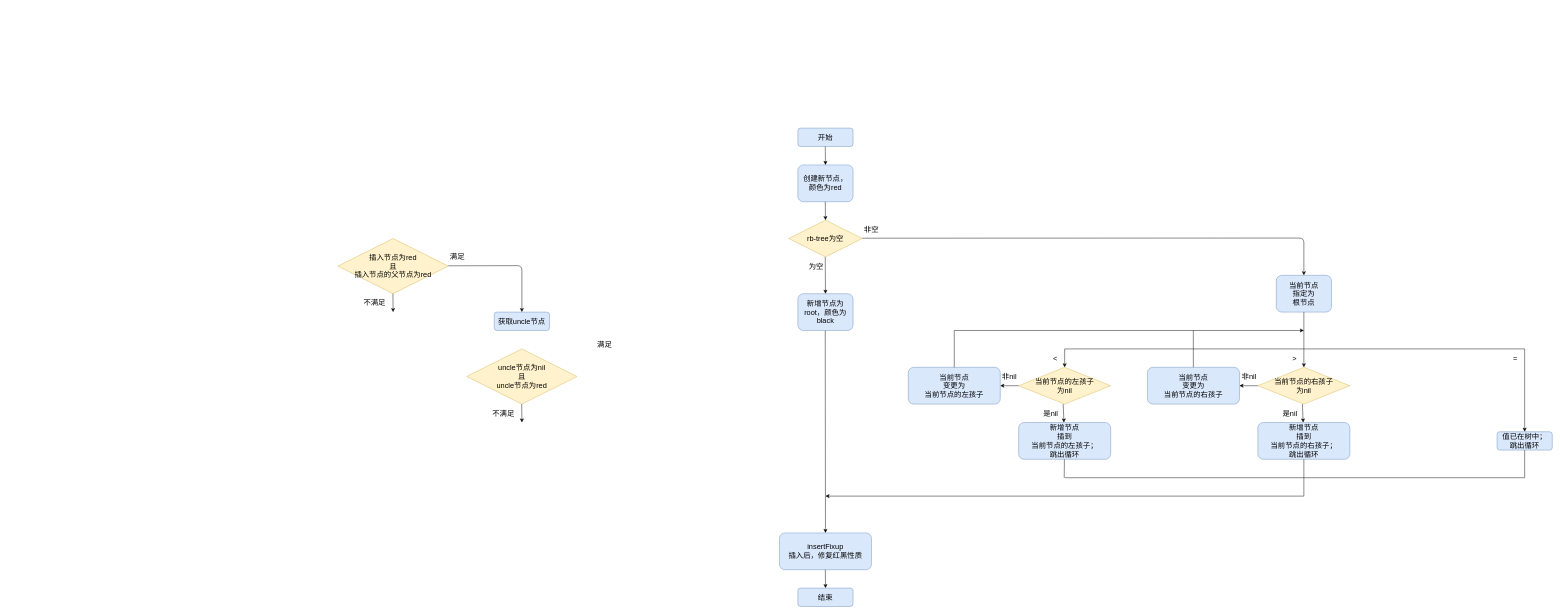
Earlier version of the draw.io diagram pics/data-structure/tree/r-b-tree/红黑树插入操作流程图.drawio (niegl4/docs). Source tidied: cells renumbered, new cells numbered last; positions are measured from the earlier drawing's top-left corner, leaving out a move shared by most shapes. Both pictures are drawn from the tidied source at 46%, with x=0, y=0 at pixel (338, 128).
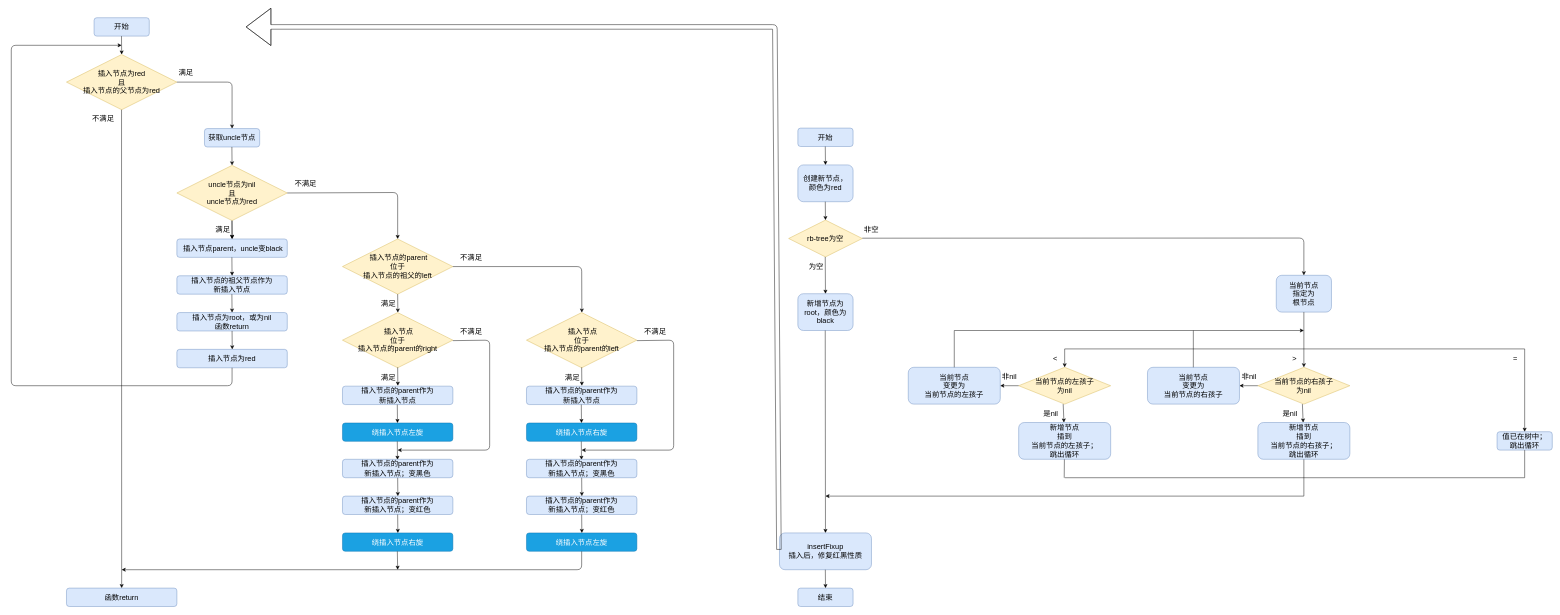
The same diagram, later.

Commit message (it also covers changes not shown here):
dev: rbtree add pics

The change refers to these unchanged cells:
```xml
<mxCell id="40" value="&lt;font style=&quot;font-size: 16px&quot;&gt;insertFixup&lt;br&gt;插入后，修复红黑性质&lt;br&gt;&lt;/font&gt;" style="rounded=1;whiteSpace=wrap;html=1;fillColor=#dae8fc;strokeColor=#6c8ebf;" parent="1" vertex="1">
  <mxGeometry x="960" y="880" width="200" height="80" as="geometry" />
</mxCell>
```

Change to the diagram source:
```diff
@@
     <mxCell id="48" value="&lt;font style=&quot;font-size: 16px&quot;&gt;插入节点为red&lt;br&gt;且&lt;br&gt;插入节点的父节点为red&lt;br&gt;&lt;/font&gt;" style="rhombus;whiteSpace=wrap;html=1;fillColor=#fff2cc;strokeColor=#d6b656;" parent="1" vertex="1">
-      <mxGeometry y="240" width="240" height="120" as="geometry" />
+      <mxGeometry x="-590" y="-160" width="240" height="120" as="geometry" />
     </mxCell>
     <mxCell id="49" value="&lt;font style=&quot;font-size: 16px&quot;&gt;不满足&lt;/font&gt;" style="text;html=1;strokeColor=none;fillColor=none;align=center;verticalAlign=middle;whiteSpace=wrap;rounded=0;" parent="1" vertex="1">
-      <mxGeometry x="40" y="360" width="80" height="40" as="geometry" />
+      <mxGeometry x="-550" y="-40" width="80" height="40" as="geometry" />
     </mxCell>
     <mxCell id="50" value="&lt;font style=&quot;font-size: 16px&quot;&gt;满足&lt;br&gt;&lt;/font&gt;" style="text;html=1;strokeColor=none;fillColor=none;align=center;verticalAlign=middle;whiteSpace=wrap;rounded=0;" parent="1" vertex="1">
-      <mxGeometry x="240" y="260" width="40" height="40" as="geometry" />
+      <mxGeometry x="-350" y="-140" width="40" height="40" as="geometry" />
     </mxCell>
     <mxCell id="51" style="endArrow=classic;html=1;" parent="1" edge="1">
       <mxGeometry relative="1" as="geometry">
-        <mxPoint x="119.7" y="360" as="sourcePoint" />
-        <mxPoint x="120.1" y="400" as="targetPoint" />
+        <mxPoint x="-470.3" y="-40" as="sourcePoint" />
+        <mxPoint x="-470" y="1000" as="targetPoint" />
       </mxGeometry>
     </mxCell>
+    <mxCell id="58" style="edgeStyle=orthogonalEdgeStyle;rounded=0;jettySize=auto;html=1;" parent="1" edge="1" source="52" target="61">
+      <mxGeometry relative="1" as="geometry" />
+    </mxCell>
     <mxCell id="52" value="&lt;font style=&quot;font-size: 16px&quot;&gt;uncle节点为nil&lt;br&gt;且&lt;br&gt;uncle节点为red&lt;br&gt;&lt;/font&gt;" style="rhombus;whiteSpace=wrap;html=1;fillColor=#fff2cc;strokeColor=#d6b656;" parent="1" vertex="1">
-      <mxGeometry x="280" y="480" width="240" height="120" as="geometry" />
+      <mxGeometry x="-350" y="81" width="240" height="120" as="geometry" />
     </mxCell>
-    <mxCell id="53" value="&lt;font style=&quot;font-size: 16px&quot;&gt;不满足&lt;/font&gt;" style="text;html=1;strokeColor=none;fillColor=none;align=center;verticalAlign=middle;whiteSpace=wrap;rounded=0;" parent="1" vertex="1">
-      <mxGeometry x="320" y="600" width="80" height="40" as="geometry" />
+    <mxCell id="53" value="&lt;span style=&quot;font-size: 16px&quot;&gt;满足&lt;/span&gt;" style="text;html=1;strokeColor=none;fillColor=none;align=center;verticalAlign=middle;whiteSpace=wrap;rounded=0;" parent="1" vertex="1">
+      <mxGeometry x="-270" y="201" width="40" height="40" as="geometry" />
     </mxCell>
-    <mxCell id="54" value="&lt;font style=&quot;font-size: 16px&quot;&gt;满足&lt;br&gt;&lt;/font&gt;" style="text;html=1;strokeColor=none;fillColor=none;align=center;verticalAlign=middle;whiteSpace=wrap;rounded=0;" parent="1" vertex="1">
-      <mxGeometry x="560" y="450" width="40" height="40" as="geometry" />
+    <mxCell id="54" value="&lt;font style=&quot;font-size: 16px&quot;&gt;不满足&lt;br&gt;&lt;/font&gt;" style="text;html=1;strokeColor=none;fillColor=none;align=center;verticalAlign=middle;whiteSpace=wrap;rounded=0;" parent="1" vertex="1">
+      <mxGeometry x="-110" y="101" width="80" height="40" as="geometry" />
     </mxCell>
     <mxCell id="55" style="endArrow=classic;html=1;" parent="1" edge="1">
       <mxGeometry relative="1" as="geometry">
-        <mxPoint x="399.7" y="600" as="sourcePoint" />
-        <mxPoint x="400.1" y="640" as="targetPoint" />
+        <mxPoint x="-230.3" y="201" as="sourcePoint" />
+        <mxPoint x="-229.9" y="241" as="targetPoint" />
       </mxGeometry>
     </mxCell>
     <mxCell id="56" style="endArrow=classic;html=1;" parent="1" edge="1">
       <mxGeometry relative="1" as="geometry">
-        <mxPoint x="240" y="299.3" as="sourcePoint" />
-        <mxPoint x="400" y="400" as="targetPoint" />
+        <mxPoint x="-350" y="-100" as="sourcePoint" />
+        <mxPoint x="-230" y="1" as="targetPoint" />
         <Array as="points">
-          <mxPoint x="400" y="299" />
+          <mxPoint x="-230" y="-100" />
         </Array>
       </mxGeometry>
     </mxCell>
     <mxCell id="57" value="&lt;font style=&quot;font-size: 16px&quot;&gt;获取uncle节点&lt;/font&gt;" style="rounded=1;whiteSpace=wrap;html=1;fillColor=#dae8fc;strokeColor=#6c8ebf;" parent="1" vertex="1">
-      <mxGeometry x="340" y="400" width="120" height="40" as="geometry" />
+      <mxGeometry x="-290" y="1" width="120" height="40" as="geometry" />
     </mxCell>
+    <mxCell id="59" style="endArrow=classic;html=1;" parent="1" edge="1">
+      <mxGeometry relative="1" as="geometry">
+        <mxPoint x="-230.4" y="41" as="sourcePoint" />
+        <mxPoint x="-230" y="81" as="targetPoint" />
+      </mxGeometry>
+    </mxCell>
+    <mxCell id="60" style="endArrow=classic;html=1;exitX=0;exitY=1;exitDx=0;exitDy=0;" parent="1" edge="1" source="54">
+      <mxGeometry relative="1" as="geometry">
+        <mxPoint x="130" y="241" as="targetPoint" />
+        <Array as="points">
+          <mxPoint x="130" y="140" />
+        </Array>
+      </mxGeometry>
+    </mxCell>
+    <mxCell id="61" value="&lt;span style=&quot;font-size: 16px&quot;&gt;&amp;nbsp;插入节点parent，uncle变black&lt;/span&gt;" style="rounded=1;whiteSpace=wrap;html=1;fillColor=#dae8fc;strokeColor=#6c8ebf;" parent="1" vertex="1">
+      <mxGeometry x="-350" y="241" width="240" height="40" as="geometry" />
+    </mxCell>
+    <mxCell id="62" value="&lt;span style=&quot;font-size: 16px&quot;&gt;插入节点的祖父节点作为&lt;br&gt;新插入节点&lt;/span&gt;" style="rounded=1;whiteSpace=wrap;html=1;fillColor=#dae8fc;strokeColor=#6c8ebf;" parent="1" vertex="1">
+      <mxGeometry x="-350" y="321" width="240" height="40" as="geometry" />
+    </mxCell>
+    <mxCell id="63" value="&lt;font style=&quot;font-size: 16px&quot;&gt;插入节点为root，或为nil&lt;br&gt;函数return&lt;/font&gt;" style="rounded=1;whiteSpace=wrap;html=1;fillColor=#dae8fc;strokeColor=#6c8ebf;" parent="1" vertex="1">
+      <mxGeometry x="-350" y="401" width="240" height="40" as="geometry" />
+    </mxCell>
+    <mxCell id="64" value="&lt;font style=&quot;font-size: 16px&quot;&gt;插入节点为red&lt;/font&gt;" style="rounded=1;whiteSpace=wrap;html=1;fillColor=#dae8fc;strokeColor=#6c8ebf;" parent="1" vertex="1">
+      <mxGeometry x="-350" y="481" width="240" height="40" as="geometry" />
+    </mxCell>
+    <mxCell id="65" value="&lt;font style=&quot;font-size: 16px&quot;&gt;&amp;nbsp;插入节点的parent&lt;br&gt;位于&lt;br&gt;插入节点的祖父的left&lt;br&gt;&lt;/font&gt;" style="rhombus;whiteSpace=wrap;html=1;fillColor=#fff2cc;strokeColor=#d6b656;" parent="1" vertex="1">
+      <mxGeometry x="10" y="241" width="240" height="120" as="geometry" />
+    </mxCell>
+    <mxCell id="66" value="&lt;span style=&quot;font-size: 16px&quot;&gt;满足&lt;/span&gt;" style="text;html=1;strokeColor=none;fillColor=none;align=center;verticalAlign=middle;whiteSpace=wrap;rounded=0;" parent="1" vertex="1">
+      <mxGeometry x="90" y="361" width="40" height="40" as="geometry" />
+    </mxCell>
+    <mxCell id="67" value="&lt;font style=&quot;font-size: 16px&quot;&gt;不满足&lt;br&gt;&lt;/font&gt;" style="text;html=1;strokeColor=none;fillColor=none;align=center;verticalAlign=middle;whiteSpace=wrap;rounded=0;" parent="1" vertex="1">
+      <mxGeometry x="250" y="261" width="80" height="40" as="geometry" />
+    </mxCell>
+    <mxCell id="68" value="&lt;font style=&quot;font-size: 16px&quot;&gt;&amp;nbsp;插入节点&lt;br&gt;位于&lt;br&gt;插入节点的parent的right&lt;br&gt;&lt;/font&gt;" style="rhombus;whiteSpace=wrap;html=1;fillColor=#fff2cc;strokeColor=#d6b656;" parent="1" vertex="1">
+      <mxGeometry x="10" y="401" width="240" height="120" as="geometry" />
+    </mxCell>
+    <mxCell id="69" value="&lt;span style=&quot;font-size: 16px&quot;&gt;满足&lt;/span&gt;" style="text;html=1;strokeColor=none;fillColor=none;align=center;verticalAlign=middle;whiteSpace=wrap;rounded=0;" parent="1" vertex="1">
+      <mxGeometry x="90" y="521" width="40" height="40" as="geometry" />
+    </mxCell>
+    <mxCell id="70" value="&lt;font style=&quot;font-size: 16px&quot;&gt;不满足&lt;br&gt;&lt;/font&gt;" style="text;html=1;strokeColor=none;fillColor=none;align=center;verticalAlign=middle;whiteSpace=wrap;rounded=0;" parent="1" vertex="1">
+      <mxGeometry x="250" y="421" width="80" height="40" as="geometry" />
+    </mxCell>
+    <mxCell id="71" value="&lt;span style=&quot;font-size: 16px&quot;&gt;插入节点的parent作为&lt;/span&gt;&lt;br style=&quot;font-size: 16px&quot;&gt;&lt;span style=&quot;font-size: 16px&quot;&gt;新插入节点&lt;/span&gt;" style="rounded=1;whiteSpace=wrap;html=1;fillColor=#dae8fc;strokeColor=#6c8ebf;" parent="1" vertex="1">
+      <mxGeometry x="10" y="561" width="240" height="40" as="geometry" />
+    </mxCell>
+    <mxCell id="72" value="&lt;span style=&quot;font-size: 16px&quot;&gt;绕插入节点左旋&lt;/span&gt;" style="rounded=1;whiteSpace=wrap;html=1;fillColor=#1ba1e2;strokeColor=#006EAF;fontColor=#ffffff;" parent="1" vertex="1">
+      <mxGeometry x="10" y="641" width="240" height="40" as="geometry" />
+    </mxCell>
+    <mxCell id="73" style="endArrow=classic;html=1;" parent="1" edge="1">
+      <mxGeometry relative="1" as="geometry">
+        <mxPoint x="130" y="361" as="sourcePoint" />
+        <mxPoint x="130.4" y="401" as="targetPoint" />
+      </mxGeometry>
+    </mxCell>
+    <mxCell id="74" style="endArrow=classic;html=1;" parent="1" edge="1">
+      <mxGeometry relative="1" as="geometry">
+        <mxPoint x="130" y="520" as="sourcePoint" />
+        <mxPoint x="130.4" y="560" as="targetPoint" />
+      </mxGeometry>
+    </mxCell>
+    <mxCell id="75" style="endArrow=classic;html=1;" parent="1" edge="1">
+      <mxGeometry relative="1" as="geometry">
+        <mxPoint x="129.2" y="601" as="sourcePoint" />
+        <mxPoint x="129.6" y="641" as="targetPoint" />
+      </mxGeometry>
+    </mxCell>
+    <mxCell id="76" style="endArrow=classic;html=1;" parent="1" edge="1">
+      <mxGeometry relative="1" as="geometry">
+        <mxPoint x="129.2" y="681" as="sourcePoint" />
+        <mxPoint x="129.6" y="721" as="targetPoint" />
+      </mxGeometry>
+    </mxCell>
+    <mxCell id="77" value="&lt;span style=&quot;font-size: 16px&quot;&gt;插入节点的parent作为&lt;/span&gt;&lt;br style=&quot;font-size: 16px&quot;&gt;&lt;span style=&quot;font-size: 16px&quot;&gt;新插入节点；变黑色&lt;/span&gt;" style="rounded=1;whiteSpace=wrap;html=1;fillColor=#dae8fc;strokeColor=#6c8ebf;" parent="1" vertex="1">
+      <mxGeometry x="10" y="720" width="240" height="40" as="geometry" />
+    </mxCell>
+    <mxCell id="78" value="&lt;span style=&quot;font-size: 16px&quot;&gt;插入节点的parent作为&lt;/span&gt;&lt;br style=&quot;font-size: 16px&quot;&gt;&lt;span style=&quot;font-size: 16px&quot;&gt;新插入节点；变红色&lt;/span&gt;" style="rounded=1;whiteSpace=wrap;html=1;fillColor=#dae8fc;strokeColor=#6c8ebf;" parent="1" vertex="1">
+      <mxGeometry x="10" y="800" width="240" height="40" as="geometry" />
+    </mxCell>
+    <mxCell id="79" value="&lt;span style=&quot;font-size: 16px&quot;&gt;绕插入节点右旋&lt;/span&gt;" style="rounded=1;whiteSpace=wrap;html=1;fillColor=#1ba1e2;strokeColor=#006EAF;fontColor=#ffffff;" parent="1" vertex="1">
+      <mxGeometry x="10" y="880" width="240" height="40" as="geometry" />
+    </mxCell>
+    <mxCell id="80" style="endArrow=classic;html=1;exitX=0;exitY=1;exitDx=0;exitDy=0;" parent="1" edge="1">
+      <mxGeometry relative="1" as="geometry">
+        <mxPoint x="250" y="462" as="sourcePoint" />
+        <mxPoint x="130" y="700" as="targetPoint" />
+        <Array as="points">
+          <mxPoint x="330" y="461" />
+          <mxPoint x="330" y="700" />
+        </Array>
+      </mxGeometry>
+    </mxCell>
+    <mxCell id="81" style="endArrow=classic;html=1;" parent="1" edge="1">
+      <mxGeometry relative="1" as="geometry">
+        <mxPoint x="130" y="760" as="sourcePoint" />
+        <mxPoint x="130.4" y="800" as="targetPoint" />
+      </mxGeometry>
+    </mxCell>
+    <mxCell id="82" style="endArrow=classic;html=1;" parent="1" edge="1">
+      <mxGeometry relative="1" as="geometry">
+        <mxPoint x="130" y="840" as="sourcePoint" />
+        <mxPoint x="130.4" y="880" as="targetPoint" />
+      </mxGeometry>
+    </mxCell>
+    <mxCell id="83" style="endArrow=classic;html=1;" parent="1" edge="1">
+      <mxGeometry relative="1" as="geometry">
+        <mxPoint x="129.3" y="920" as="sourcePoint" />
+        <mxPoint x="130" y="960" as="targetPoint" />
+      </mxGeometry>
+    </mxCell>
+    <mxCell id="84" value="&lt;font style=&quot;font-size: 16px&quot;&gt;&amp;nbsp;插入节点&lt;br&gt;位于&lt;br&gt;插入节点的parent的left&lt;br&gt;&lt;/font&gt;" style="rhombus;whiteSpace=wrap;html=1;fillColor=#fff2cc;strokeColor=#d6b656;" parent="1" vertex="1">
+      <mxGeometry x="410" y="401" width="240" height="120" as="geometry" />
+    </mxCell>
+    <mxCell id="85" value="&lt;span style=&quot;font-size: 16px&quot;&gt;满足&lt;/span&gt;" style="text;html=1;strokeColor=none;fillColor=none;align=center;verticalAlign=middle;whiteSpace=wrap;rounded=0;" parent="1" vertex="1">
+      <mxGeometry x="490" y="521" width="40" height="40" as="geometry" />
+    </mxCell>
+    <mxCell id="86" value="&lt;font style=&quot;font-size: 16px&quot;&gt;不满足&lt;br&gt;&lt;/font&gt;" style="text;html=1;strokeColor=none;fillColor=none;align=center;verticalAlign=middle;whiteSpace=wrap;rounded=0;" parent="1" vertex="1">
+      <mxGeometry x="650" y="421" width="80" height="40" as="geometry" />
+    </mxCell>
+    <mxCell id="87" value="&lt;span style=&quot;font-size: 16px&quot;&gt;插入节点的parent作为&lt;/span&gt;&lt;br style=&quot;font-size: 16px&quot;&gt;&lt;span style=&quot;font-size: 16px&quot;&gt;新插入节点&lt;/span&gt;" style="rounded=1;whiteSpace=wrap;html=1;fillColor=#dae8fc;strokeColor=#6c8ebf;" parent="1" vertex="1">
+      <mxGeometry x="410" y="561" width="240" height="40" as="geometry" />
+    </mxCell>
+    <mxCell id="88" value="&lt;span style=&quot;font-size: 16px&quot;&gt;绕插入节点右旋&lt;/span&gt;" style="rounded=1;whiteSpace=wrap;html=1;fillColor=#1ba1e2;strokeColor=#006EAF;fontColor=#ffffff;" parent="1" vertex="1">
+      <mxGeometry x="410" y="641" width="240" height="40" as="geometry" />
+    </mxCell>
+    <mxCell id="89" style="endArrow=classic;html=1;exitX=1;exitY=0.5;exitDx=0;exitDy=0;" parent="1" edge="1" source="65">
+      <mxGeometry relative="1" as="geometry">
+        <mxPoint x="530.4" y="401" as="targetPoint" />
+        <Array as="points">
+          <mxPoint x="530" y="301" />
+        </Array>
+      </mxGeometry>
+    </mxCell>
+    <mxCell id="90" style="endArrow=classic;html=1;" parent="1" edge="1">
+      <mxGeometry relative="1" as="geometry">
+        <mxPoint x="530" y="520" as="sourcePoint" />
+        <mxPoint x="530.4" y="560" as="targetPoint" />
+      </mxGeometry>
+    </mxCell>
+    <mxCell id="91" style="endArrow=classic;html=1;" parent="1" edge="1">
+      <mxGeometry relative="1" as="geometry">
+        <mxPoint x="529.2" y="601" as="sourcePoint" />
+        <mxPoint x="529.6" y="641" as="targetPoint" />
+      </mxGeometry>
+    </mxCell>
+    <mxCell id="92" style="endArrow=classic;html=1;" parent="1" edge="1">
+      <mxGeometry relative="1" as="geometry">
+        <mxPoint x="529.2" y="681" as="sourcePoint" />
+        <mxPoint x="529.6" y="721" as="targetPoint" />
+      </mxGeometry>
+    </mxCell>
+    <mxCell id="93" value="&lt;span style=&quot;font-size: 16px&quot;&gt;插入节点的parent作为&lt;/span&gt;&lt;br style=&quot;font-size: 16px&quot;&gt;&lt;span style=&quot;font-size: 16px&quot;&gt;新插入节点；变黑色&lt;/span&gt;" style="rounded=1;whiteSpace=wrap;html=1;fillColor=#dae8fc;strokeColor=#6c8ebf;" parent="1" vertex="1">
+      <mxGeometry x="410" y="720" width="240" height="40" as="geometry" />
+    </mxCell>
+    <mxCell id="94" value="&lt;span style=&quot;font-size: 16px&quot;&gt;插入节点的parent作为&lt;/span&gt;&lt;br style=&quot;font-size: 16px&quot;&gt;&lt;span style=&quot;font-size: 16px&quot;&gt;新插入节点；变红色&lt;/span&gt;" style="rounded=1;whiteSpace=wrap;html=1;fillColor=#dae8fc;strokeColor=#6c8ebf;" parent="1" vertex="1">
+      <mxGeometry x="410" y="800" width="240" height="40" as="geometry" />
+    </mxCell>
+    <mxCell id="95" value="&lt;span style=&quot;font-size: 16px&quot;&gt;绕插入节点左旋&lt;/span&gt;" style="rounded=1;whiteSpace=wrap;html=1;fillColor=#1ba1e2;strokeColor=#006EAF;fontColor=#ffffff;" parent="1" vertex="1">
+      <mxGeometry x="410" y="880" width="240" height="40" as="geometry" />
+    </mxCell>
+    <mxCell id="96" style="endArrow=classic;html=1;exitX=0;exitY=1;exitDx=0;exitDy=0;" parent="1" edge="1">
+      <mxGeometry relative="1" as="geometry">
+        <mxPoint x="650" y="462" as="sourcePoint" />
+        <mxPoint x="530" y="700" as="targetPoint" />
+        <Array as="points">
+          <mxPoint x="730" y="461" />
+          <mxPoint x="730" y="700" />
+        </Array>
+      </mxGeometry>
+    </mxCell>
+    <mxCell id="97" style="endArrow=classic;html=1;" parent="1" edge="1">
+      <mxGeometry relative="1" as="geometry">
+        <mxPoint x="530" y="760" as="sourcePoint" />
+        <mxPoint x="530.4" y="800" as="targetPoint" />
+      </mxGeometry>
+    </mxCell>
+    <mxCell id="98" style="endArrow=classic;html=1;" parent="1" edge="1">
+      <mxGeometry relative="1" as="geometry">
+        <mxPoint x="530" y="840" as="sourcePoint" />
+        <mxPoint x="530.4" y="880" as="targetPoint" />
+      </mxGeometry>
+    </mxCell>
+    <mxCell id="99" style="endArrow=classic;html=1;exitX=0.5;exitY=1;exitDx=0;exitDy=0;" parent="1" edge="1" source="95">
+      <mxGeometry relative="1" as="geometry">
+        <mxPoint x="-470" y="960" as="targetPoint" />
+        <Array as="points">
+          <mxPoint x="530" y="960" />
+        </Array>
+      </mxGeometry>
+    </mxCell>
+    <mxCell id="100" value="&lt;font style=&quot;font-size: 16px&quot;&gt;函数return&lt;/font&gt;" style="rounded=1;whiteSpace=wrap;html=1;fillColor=#dae8fc;strokeColor=#6c8ebf;" parent="1" vertex="1">
+      <mxGeometry x="-590" y="1000" width="240" height="40" as="geometry" />
+    </mxCell>
+    <mxCell id="101" style="endArrow=classic;html=1;" parent="1" edge="1">
+      <mxGeometry relative="1" as="geometry">
+        <mxPoint x="-230.4" y="281" as="sourcePoint" />
+        <mxPoint x="-230" y="321" as="targetPoint" />
+      </mxGeometry>
+    </mxCell>
+    <mxCell id="102" style="endArrow=classic;html=1;" parent="1" edge="1">
+      <mxGeometry relative="1" as="geometry">
+        <mxPoint x="-230.4" y="361" as="sourcePoint" />
+        <mxPoint x="-230" y="401" as="targetPoint" />
+      </mxGeometry>
+    </mxCell>
+    <mxCell id="103" style="endArrow=classic;html=1;" parent="1" edge="1">
+      <mxGeometry relative="1" as="geometry">
+        <mxPoint x="-230" y="441" as="sourcePoint" />
+        <mxPoint x="-229.6" y="481" as="targetPoint" />
+      </mxGeometry>
+    </mxCell>
+    <mxCell id="104" style="endArrow=classic;html=1;exitX=0.5;exitY=1;exitDx=0;exitDy=0;" parent="1" edge="1" source="64">
+      <mxGeometry relative="1" as="geometry">
+        <mxPoint x="-470" y="-180" as="targetPoint" />
+        <Array as="points">
+          <mxPoint x="-230" y="560" />
+          <mxPoint x="-710" y="560" />
+          <mxPoint x="-710" y="-180" />
+        </Array>
+      </mxGeometry>
+    </mxCell>
+    <mxCell id="105" value="&lt;font style=&quot;font-size: 16px&quot;&gt;开始&lt;/font&gt;" style="rounded=1;whiteSpace=wrap;html=1;fillColor=#dae8fc;strokeColor=#6c8ebf;" parent="1" vertex="1">
+      <mxGeometry x="-530" y="-240" width="120" height="40" as="geometry" />
+    </mxCell>
+    <mxCell id="106" style="endArrow=classic;html=1;" parent="1" edge="1">
+      <mxGeometry relative="1" as="geometry">
+        <mxPoint x="-470.4" y="-200" as="sourcePoint" />
+        <mxPoint x="-470" y="-160" as="targetPoint" />
+      </mxGeometry>
+    </mxCell>
+    <mxCell id="107" style="shape=flexArrow;endArrow=classic;html=1;exitX=-0.006;exitY=0.455;exitDx=0;exitDy=0;exitPerimeter=0;endWidth=70;endSize=17.65;" parent="1" edge="1" source="40">
+      <mxGeometry relative="1" as="geometry">
+        <mxPoint x="-200" y="-220" as="targetPoint" />
+        <Array as="points">
+          <mxPoint x="950" y="-220" />
+        </Array>
+      </mxGeometry>
+    </mxCell>
```
